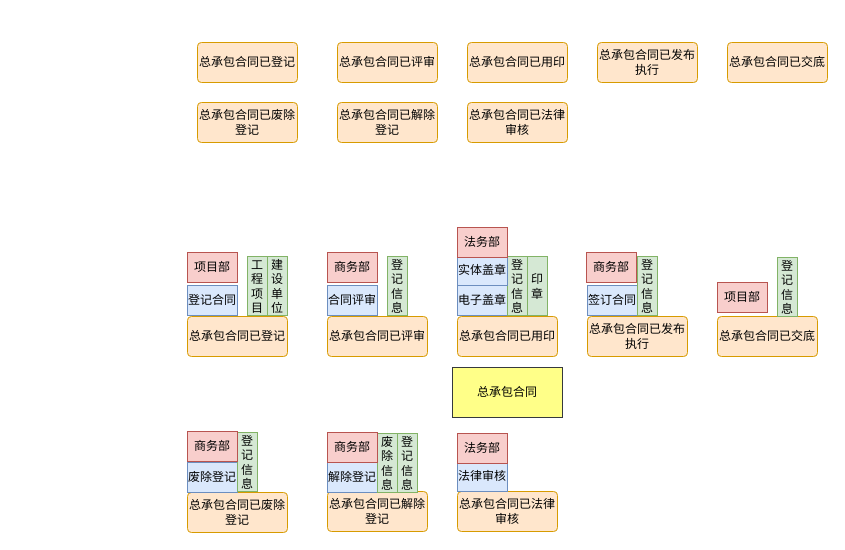
Earlier version of the draw.io diagram 未命名绘图.drawio (YangLiuL/draw-res). Source tidied: cells renumbered, new cells numbered last; positions are measured from the earlier drawing's top-left corner, leaving out a move shared by most shapes. Both pictures are drawn from the tidied source at 100%, with x=0, y=0 at pixel (187, 42).
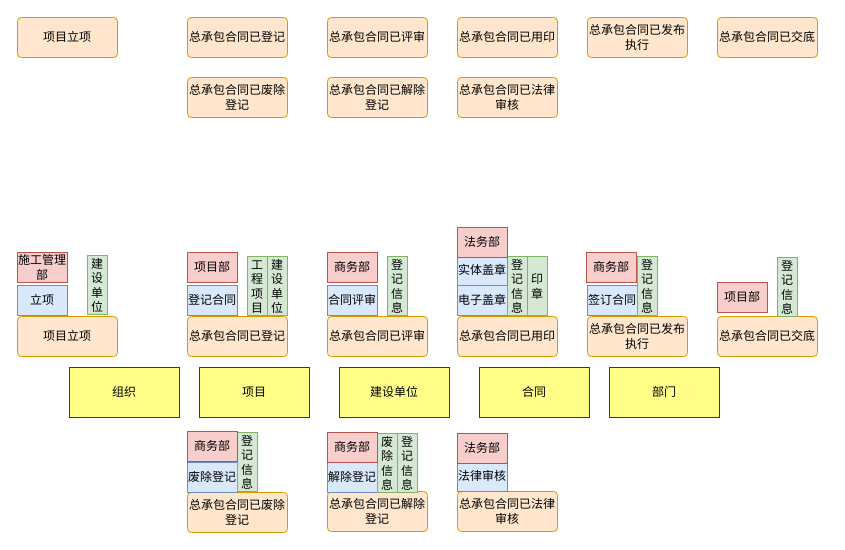
After the change.

Commit message:
更新未命名绘图.drawio

Diff of the diagram source:
```diff
@@
     <mxCell id="2" value="总承包合同已评审" style="rounded=1;arcSize=10;whiteSpace=wrap;html=1;align=center;fillColor=#ffe6cc;strokeColor=#d79b00;" parent="1" vertex="1">
-      <mxGeometry x="150" width="100" height="40" as="geometry" />
+      <mxGeometry x="140" y="-25" width="100" height="40" as="geometry" />
     </mxCell>
     <mxCell id="3" value="总承包合同已登记" style="rounded=1;arcSize=10;whiteSpace=wrap;html=1;align=center;fillColor=#ffe6cc;strokeColor=#d79b00;" parent="1" vertex="1">
-      <mxGeometry x="10" width="100" height="40" as="geometry" />
+      <mxGeometry y="-25" width="100" height="40" as="geometry" />
     </mxCell>
     <mxCell id="4" value="总承包合同已交底" style="rounded=1;arcSize=10;whiteSpace=wrap;html=1;align=center;fillColor=#ffe6cc;strokeColor=#d79b00;" parent="1" vertex="1">
-      <mxGeometry x="540" width="100" height="40" as="geometry" />
+      <mxGeometry x="530" y="-25" width="100" height="40" as="geometry" />
     </mxCell>
     <mxCell id="5" value="总承包合同已发布执行" style="rounded=1;arcSize=10;whiteSpace=wrap;html=1;align=center;fillColor=#ffe6cc;strokeColor=#d79b00;" parent="1" vertex="1">
-      <mxGeometry x="410" width="100" height="40" as="geometry" />
+      <mxGeometry x="400" y="-25" width="100" height="40" as="geometry" />
     </mxCell>
     <mxCell id="6" value="总承包合同已解除登记" style="rounded=1;arcSize=10;whiteSpace=wrap;html=1;align=center;fillColor=#ffe6cc;strokeColor=#d79b00;" parent="1" vertex="1">
-      <mxGeometry x="150" y="60" width="100" height="40" as="geometry" />
+      <mxGeometry x="140" y="35" width="100" height="40" as="geometry" />
     </mxCell>
     <mxCell id="7" value="总承包合同已废除登记" style="rounded=1;arcSize=10;whiteSpace=wrap;html=1;align=center;fillColor=#ffe6cc;strokeColor=#d79b00;" parent="1" vertex="1">
-      <mxGeometry x="10" y="60" width="100" height="40" as="geometry" />
+      <mxGeometry y="35" width="100" height="40" as="geometry" />
     </mxCell>
     <mxCell id="8" value="总承包合同已用印" style="rounded=1;arcSize=10;whiteSpace=wrap;html=1;align=center;fillColor=#ffe6cc;strokeColor=#d79b00;" parent="1" vertex="1">
-      <mxGeometry x="280" width="100" height="40" as="geometry" />
+      <mxGeometry x="270" y="-25" width="100" height="40" as="geometry" />
     </mxCell>
@@
-    <mxCell id="33" value="总承包合同" style="rounded=0;whiteSpace=wrap;html=1;fillColor=#ffff88;strokeColor=#36393d;" parent="1" vertex="1">
-      <mxGeometry x="265" y="325" width="110" height="50" as="geometry" />
+    <mxCell id="33" value="合同" style="rounded=0;whiteSpace=wrap;html=1;fillColor=#ffff88;strokeColor=#36393d;" parent="1" vertex="1">
+      <mxGeometry x="292" y="325" width="110" height="50" as="geometry" />
     </mxCell>
@@
     <mxCell id="35" value="总承包合同已法律审核" style="rounded=1;arcSize=10;whiteSpace=wrap;html=1;align=center;fillColor=#ffe6cc;strokeColor=#d79b00;" parent="1" vertex="1">
-      <mxGeometry x="280" y="60" width="100" height="40" as="geometry" />
+      <mxGeometry x="270" y="35" width="100" height="40" as="geometry" />
     </mxCell>
@@
+    <mxCell id="45" value="项目立项" style="rounded=1;arcSize=10;whiteSpace=wrap;html=1;align=center;fillColor=#ffe6cc;strokeColor=#d79b00;" parent="1" vertex="1">
+      <mxGeometry x="-170" y="-25" width="100" height="40" as="geometry" />
+    </mxCell>
+    <mxCell id="46" value="项目立项" style="rounded=1;arcSize=10;whiteSpace=wrap;html=1;align=center;fillColor=#ffe6cc;strokeColor=#d79b00;" parent="1" vertex="1">
+      <mxGeometry x="-170" y="274" width="100" height="40" as="geometry" />
+    </mxCell>
+    <mxCell id="47" value="立项" style="rounded=0;whiteSpace=wrap;html=1;fillColor=#dae8fc;strokeColor=#6c8ebf;" parent="1" vertex="1">
+      <mxGeometry x="-170" y="243" width="50" height="30" as="geometry" />
+    </mxCell>
+    <mxCell id="48" value="施工管理部" style="rounded=0;whiteSpace=wrap;html=1;fillColor=#f8cecc;strokeColor=#b85450;" parent="1" vertex="1">
+      <mxGeometry x="-170" y="210" width="50" height="30" as="geometry" />
+    </mxCell>
+    <mxCell id="49" value="建设单位" style="rounded=0;whiteSpace=wrap;html=1;fillColor=#d5e8d4;strokeColor=#82b366;" parent="1" vertex="1">
+      <mxGeometry x="-100" y="213" width="20" height="59" as="geometry" />
+    </mxCell>
+    <mxCell id="50" value="项目" style="rounded=0;whiteSpace=wrap;html=1;fillColor=#ffff88;strokeColor=#36393d;" parent="1" vertex="1">
+      <mxGeometry x="12" y="325" width="110" height="50" as="geometry" />
+    </mxCell>
+    <mxCell id="51" value="建设单位" style="rounded=0;whiteSpace=wrap;html=1;fillColor=#ffff88;strokeColor=#36393d;" parent="1" vertex="1">
+      <mxGeometry x="152" y="325" width="110" height="50" as="geometry" />
+    </mxCell>
+    <mxCell id="52" value="组织" style="rounded=0;whiteSpace=wrap;html=1;fillColor=#ffff88;strokeColor=#36393d;" parent="1" vertex="1">
+      <mxGeometry x="-118" y="325" width="110" height="50" as="geometry" />
+    </mxCell>
+    <mxCell id="53" value="部门" style="rounded=0;whiteSpace=wrap;html=1;fillColor=#ffff88;strokeColor=#36393d;" parent="1" vertex="1">
+      <mxGeometry x="422" y="325" width="110" height="50" as="geometry" />
+    </mxCell>
```
